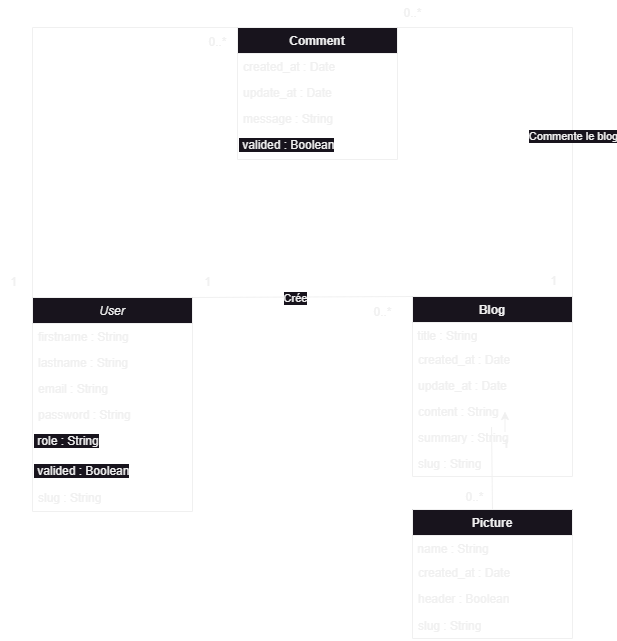
Above: diagramme/Diagramme de classe.png in BretonLud/project_5_blog (draw.io), before the change. Source tidied: cells renumbered, new cells last; positions are measured from the earlier drawing's top-left corner, leaving out a move shared by most shapes. Source of this version:
```xml
<mxGraphModel background="#000000">
  <root>
    <mxCell id="0" />
    <mxCell id="1" parent="0" />
    <mxCell id="2" value="User" style="swimlane;fontStyle=2;align=center;verticalAlign=top;horizontal=1;startSize=26;rounded=0;shadow=0;strokeWidth=1;" parent="1" vertex="1">
      <mxGeometry x="32" y="297" width="160" height="214" as="geometry" />
    </mxCell>
    <mxCell id="3" value="firstname : String" style="text;align=left;verticalAlign=top;spacingLeft=4;spacingRight=4;overflow=hidden;" parent="2" vertex="1">
      <mxGeometry y="26" width="160" height="26" as="geometry" />
    </mxCell>
    <mxCell id="4" value="lastname : String" style="text;align=left;verticalAlign=top;spacingLeft=4;spacingRight=4;overflow=hidden;" parent="2" vertex="1">
      <mxGeometry y="52" width="160" height="26" as="geometry" />
    </mxCell>
    <mxCell id="5" value="email : String" style="text;align=left;verticalAlign=top;spacingLeft=4;spacingRight=4;overflow=hidden;rounded=0;shadow=0;html=0;" parent="2" vertex="1">
      <mxGeometry y="78" width="160" height="26" as="geometry" />
    </mxCell>
    <mxCell id="6" value="password : String" style="text;align=left;verticalAlign=top;spacingLeft=4;spacingRight=4;overflow=hidden;rounded=0;shadow=0;html=0;" parent="2" vertex="1">
      <mxGeometry y="104" width="160" height="26" as="geometry" />
    </mxCell>
    <mxCell id="7" value="&lt;span style=&quot;color: rgb(240, 240, 240); font-family: Helvetica; font-size: 12px; font-style: normal; font-variant-ligatures: normal; font-variant-caps: normal; font-weight: 400; letter-spacing: normal; orphans: 2; text-align: left; text-indent: 0px; text-transform: none; widows: 2; word-spacing: 0px; -webkit-text-stroke-width: 0px; background-color: rgb(24, 20, 29); text-decoration-thickness: initial; text-decoration-style: initial; text-decoration-color: initial; float: none; display: inline !important;&quot;&gt;&amp;nbsp;role : String&lt;/span&gt;" style="text;whiteSpace=wrap;html=1;" parent="2" vertex="1">
      <mxGeometry y="130" width="160" height="30" as="geometry" />
    </mxCell>
    <mxCell id="8" value="&lt;span style=&quot;color: rgb(240, 240, 240); font-family: Helvetica; font-size: 12px; font-style: normal; font-variant-ligatures: normal; font-variant-caps: normal; font-weight: 400; letter-spacing: normal; orphans: 2; text-align: left; text-indent: 0px; text-transform: none; widows: 2; word-spacing: 0px; -webkit-text-stroke-width: 0px; background-color: rgb(24, 20, 29); text-decoration-thickness: initial; text-decoration-style: initial; text-decoration-color: initial; float: none; display: inline !important;&quot;&gt;&amp;nbsp;valided : Boolean&lt;/span&gt;" style="text;whiteSpace=wrap;html=1;" parent="2" vertex="1">
      <mxGeometry y="160" width="160" height="27" as="geometry" />
    </mxCell>
    <mxCell id="9" value="slug : String" style="text;align=left;verticalAlign=top;spacingLeft=4;spacingRight=4;overflow=hidden;rounded=0;shadow=0;html=0;" parent="2" vertex="1">
      <mxGeometry y="187" width="160" height="26" as="geometry" />
    </mxCell>
    <mxCell id="10" value="Comment" style="swimlane;fontStyle=1;align=center;verticalAlign=top;horizontal=1;startSize=26;whiteSpace=wrap;html=1;" parent="1" vertex="1">
      <mxGeometry x="237" y="27" width="160" height="132" as="geometry" />
    </mxCell>
    <mxCell id="11" value="created_at : Date" style="text;strokeColor=none;fillColor=none;align=left;verticalAlign=top;spacingLeft=4;spacingRight=4;overflow=hidden;whiteSpace=wrap;html=1;" parent="10" vertex="1">
      <mxGeometry y="26" width="160" height="26" as="geometry" />
    </mxCell>
    <mxCell id="12" value="update_at : Date" style="text;strokeColor=none;fillColor=none;align=left;verticalAlign=top;spacingLeft=4;spacingRight=4;overflow=hidden;whiteSpace=wrap;html=1;" parent="10" vertex="1">
      <mxGeometry y="52" width="160" height="26" as="geometry" />
    </mxCell>
    <mxCell id="13" value="message : String" style="text;strokeColor=none;fillColor=none;align=left;verticalAlign=top;spacingLeft=4;spacingRight=4;overflow=hidden;whiteSpace=wrap;html=1;" parent="10" vertex="1">
      <mxGeometry y="78" width="160" height="26" as="geometry" />
    </mxCell>
    <mxCell id="14" value="&lt;span style=&quot;color: rgb(240, 240, 240); font-family: Helvetica; font-size: 12px; font-style: normal; font-variant-ligatures: normal; font-variant-caps: normal; font-weight: 400; letter-spacing: normal; orphans: 2; text-align: left; text-indent: 0px; text-transform: none; widows: 2; word-spacing: 0px; -webkit-text-stroke-width: 0px; background-color: rgb(24, 20, 29); text-decoration-thickness: initial; text-decoration-style: initial; text-decoration-color: initial; float: none; display: inline !important;&quot;&gt;&amp;nbsp;valided : Boolean&lt;/span&gt;" style="text;whiteSpace=wrap;html=1;" parent="10" vertex="1">
      <mxGeometry y="104" width="160" height="28" as="geometry" />
    </mxCell>
    <mxCell id="15" style="line;strokeWidth=1;fillColor=none;align=left;verticalAlign=middle;spacingTop=-1;spacingLeft=3;spacingRight=3;labelPosition=right;strokeColor=inherit;" parent="10" vertex="1">
      <mxGeometry y="132" width="160" as="geometry" />
    </mxCell>
    <mxCell id="16" style="endArrow=none;html=1;rounded=0;exitX=0;exitY=0;exitDx=0;exitDy=0;entryX=0;entryY=0;entryDx=0;entryDy=0;edgeStyle=orthogonalEdgeStyle;" parent="1" edge="1" source="2" target="10">
      <mxGeometry relative="1" as="geometry">
        <Array as="points">
          <mxPoint x="32" y="27" />
        </Array>
      </mxGeometry>
    </mxCell>
    <mxCell id="17" value="0..*" style="text;html=1;align=center;verticalAlign=middle;strokeColor=none;fillColor=none;" parent="1" vertex="1">
      <mxGeometry x="199" y="29" width="36" height="26" as="geometry" />
    </mxCell>
    <mxCell id="18" value="1" style="text;html=1;align=center;verticalAlign=middle;strokeColor=none;fillColor=none;" parent="1" vertex="1">
      <mxGeometry y="269" width="25" height="26" as="geometry" />
    </mxCell>
    <mxCell id="19" value="Blog" style="swimlane;fontStyle=1;align=center;verticalAlign=top;horizontal=1;startSize=26;whiteSpace=wrap;html=1;" parent="1" vertex="1">
      <mxGeometry x="412" y="296" width="160" height="180" as="geometry" />
    </mxCell>
    <mxCell id="20" value="&amp;nbsp;title : String" style="text;whiteSpace=wrap;html=1;" parent="19" vertex="1">
      <mxGeometry y="26" width="160" height="24" as="geometry" />
    </mxCell>
    <mxCell id="21" value="created_at : Date" style="text;strokeColor=none;fillColor=none;align=left;verticalAlign=top;spacingLeft=4;spacingRight=4;overflow=hidden;whiteSpace=wrap;html=1;" parent="19" vertex="1">
      <mxGeometry y="50" width="160" height="26" as="geometry" />
    </mxCell>
    <mxCell id="22" value="update_at : Date" style="text;strokeColor=none;fillColor=none;align=left;verticalAlign=top;spacingLeft=4;spacingRight=4;overflow=hidden;whiteSpace=wrap;html=1;" parent="19" vertex="1">
      <mxGeometry y="76" width="160" height="26" as="geometry" />
    </mxCell>
    <mxCell id="23" value="content : String" style="text;strokeColor=none;fillColor=none;align=left;verticalAlign=top;spacingLeft=4;spacingRight=4;overflow=hidden;points=[[0,0.5],[1,0.5]];portConstraint=eastwest;whiteSpace=wrap;html=1;" parent="19" vertex="1">
      <mxGeometry y="102" width="160" height="26" as="geometry" />
    </mxCell>
    <mxCell id="24" value="summary : String" style="text;strokeColor=none;fillColor=none;align=left;verticalAlign=top;spacingLeft=4;spacingRight=4;overflow=hidden;whiteSpace=wrap;html=1;" parent="19" vertex="1">
      <mxGeometry y="128" width="160" height="26" as="geometry" />
    </mxCell>
    <mxCell id="25" value="slug : String" style="text;align=left;verticalAlign=top;spacingLeft=4;spacingRight=4;overflow=hidden;points=[[0,0.5],[1,0.5]];portConstraint=eastwest;rounded=0;shadow=0;html=0;" parent="19" vertex="1">
      <mxGeometry y="154" width="160" height="26" as="geometry" />
    </mxCell>
    <mxCell id="26" style="endArrow=none;html=1;rounded=0;exitX=1;exitY=0;exitDx=0;exitDy=0;entryX=0;entryY=0;entryDx=0;entryDy=0;" parent="1" edge="1" source="2" target="19">
      <mxGeometry relative="1" as="geometry" />
    </mxCell>
    <mxCell id="27" value="Crée" style="edgeLabel;html=1;align=center;verticalAlign=middle;" parent="26" vertex="1">
      <mxGeometry x="-0.07" y="-1" relative="1" as="geometry" />
    </mxCell>
    <mxCell id="28" value="1&lt;br&gt;" style="text;html=1;align=center;verticalAlign=middle;strokeColor=none;fillColor=none;" parent="1" vertex="1">
      <mxGeometry x="192" y="267" width="30" height="30" as="geometry" />
    </mxCell>
    <mxCell id="29" value="0..*" style="text;html=1;align=center;verticalAlign=middle;strokeColor=none;fillColor=none;" parent="1" vertex="1">
      <mxGeometry x="362" y="297" width="40" height="30" as="geometry" />
    </mxCell>
    <mxCell id="30" style="endArrow=none;html=1;rounded=0;exitX=1;exitY=0;exitDx=0;exitDy=0;entryX=1;entryY=0;entryDx=0;entryDy=0;edgeStyle=orthogonalEdgeStyle;" parent="1" edge="1" source="10" target="19">
      <mxGeometry relative="1" as="geometry">
        <Array as="points">
          <mxPoint x="572" y="27" />
        </Array>
      </mxGeometry>
    </mxCell>
    <mxCell id="31" value="Commente le blog" style="edgeLabel;html=1;align=center;verticalAlign=middle;" parent="30" vertex="1">
      <mxGeometry x="0.28" relative="1" as="geometry" />
    </mxCell>
    <mxCell id="32" value="1" style="text;html=1;align=center;verticalAlign=middle;strokeColor=none;fillColor=none;" parent="1" vertex="1">
      <mxGeometry x="540" y="268" width="25" height="26" as="geometry" />
    </mxCell>
    <mxCell id="33" value="0..*" style="text;html=1;align=center;verticalAlign=middle;strokeColor=none;fillColor=none;" parent="1" vertex="1">
      <mxGeometry x="394" width="36" height="26" as="geometry" />
    </mxCell>
    <mxCell id="34" value="Picture" style="swimlane;fontStyle=1;align=center;verticalAlign=top;horizontal=1;startSize=26;whiteSpace=wrap;html=1;" parent="1" vertex="1">
      <mxGeometry x="412" y="509" width="160" height="129" as="geometry" />
    </mxCell>
    <mxCell id="35" value="&amp;nbsp;name : String" style="text;whiteSpace=wrap;html=1;" parent="34" vertex="1">
      <mxGeometry y="26" width="160" height="24" as="geometry" />
    </mxCell>
    <mxCell id="36" value="created_at : Date" style="text;strokeColor=none;fillColor=none;align=left;verticalAlign=top;spacingLeft=4;spacingRight=4;overflow=hidden;whiteSpace=wrap;html=1;" parent="34" vertex="1">
      <mxGeometry y="50" width="160" height="26" as="geometry" />
    </mxCell>
    <mxCell id="37" value="header : Boolean" style="text;strokeColor=none;fillColor=none;align=left;verticalAlign=top;spacingLeft=4;spacingRight=4;overflow=hidden;whiteSpace=wrap;html=1;" parent="34" vertex="1">
      <mxGeometry y="76" width="160" height="27" as="geometry" />
    </mxCell>
    <mxCell id="38" value="slug : String" style="text;align=left;verticalAlign=top;spacingLeft=4;spacingRight=4;overflow=hidden;rounded=0;shadow=0;html=0;" parent="34" vertex="1">
      <mxGeometry y="103" width="160" height="26" as="geometry" />
    </mxCell>
    <mxCell id="39" style="endArrow=none;html=1;rounded=0;entryX=0.5;entryY=0;entryDx=0;entryDy=0;exitX=0.494;exitY=1.1;exitDx=0;exitDy=0;exitPerimeter=0;" parent="1" edge="1" source="23" target="34">
      <mxGeometry relative="1" as="geometry" />
    </mxCell>
    <mxCell id="40" value="0..*" style="text;html=1;align=center;verticalAlign=middle;strokeColor=none;fillColor=none;" parent="1" vertex="1">
      <mxGeometry x="456" y="484" width="36" height="26" as="geometry" />
    </mxCell>
    <mxCell id="41" style="edgeStyle=orthogonalEdgeStyle;rounded=0;jettySize=auto;html=1;" parent="1" edge="1" source="42" target="23">
      <mxGeometry relative="1" as="geometry" />
    </mxCell>
    <mxCell id="42" value="1" style="text;html=1;align=center;verticalAlign=middle;points=[];strokeColor=none;fillColor=none;" parent="1" vertex="1">
      <mxGeometry x="492" y="431" width="25" height="26" as="geometry" />
    </mxCell>
  </root>
</mxGraphModel>
```
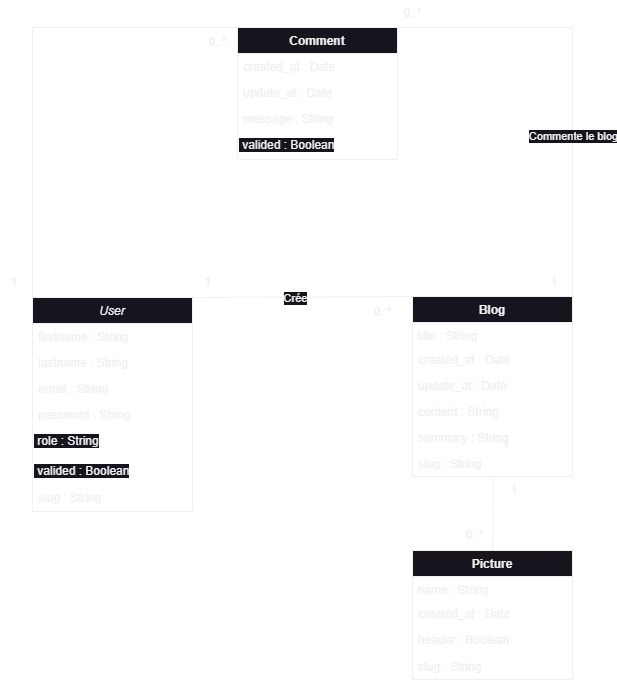
The same file after the commit.

The edit, as a diff of the source:
```diff
@@ -107,7 +107,7 @@
       <mxGeometry x="394" width="36" height="26" as="geometry" />
     </mxCell>
     <mxCell id="34" value="Picture" style="swimlane;fontStyle=1;align=center;verticalAlign=top;horizontal=1;startSize=26;whiteSpace=wrap;html=1;" parent="1" vertex="1">
-      <mxGeometry x="412" y="509" width="160" height="129" as="geometry" />
+      <mxGeometry x="412" y="550" width="160" height="129" as="geometry" />
     </mxCell>
     <mxCell id="35" value="&amp;nbsp;name : String" style="text;whiteSpace=wrap;html=1;" parent="34" vertex="1">
       <mxGeometry y="26" width="160" height="24" as="geometry" />
@@ -121,17 +121,17 @@
     <mxCell id="38" value="slug : String" style="text;align=left;verticalAlign=top;spacingLeft=4;spacingRight=4;overflow=hidden;rounded=0;shadow=0;html=0;" parent="34" vertex="1">
       <mxGeometry y="103" width="160" height="26" as="geometry" />
     </mxCell>
-    <mxCell id="39" style="endArrow=none;html=1;rounded=0;entryX=0.5;entryY=0;entryDx=0;entryDy=0;exitX=0.494;exitY=1.1;exitDx=0;exitDy=0;exitPerimeter=0;" parent="1" edge="1" source="23" target="34">
+    <mxCell id="39" style="endArrow=none;html=1;rounded=0;entryX=0.5;entryY=0;entryDx=0;entryDy=0;exitX=0.506;exitY=1.077;exitDx=0;exitDy=0;exitPerimeter=0;" parent="1" edge="1" source="25" target="34">
       <mxGeometry relative="1" as="geometry" />
     </mxCell>
     <mxCell id="40" value="0..*" style="text;html=1;align=center;verticalAlign=middle;strokeColor=none;fillColor=none;" parent="1" vertex="1">
-      <mxGeometry x="456" y="484" width="36" height="26" as="geometry" />
+      <mxGeometry x="456" y="522" width="36" height="26" as="geometry" />
     </mxCell>
-    <mxCell id="41" style="edgeStyle=orthogonalEdgeStyle;rounded=0;jettySize=auto;html=1;" parent="1" edge="1" source="42" target="23">
-      <mxGeometry relative="1" as="geometry" />
-    </mxCell>
     <mxCell id="42" value="1" style="text;html=1;align=center;verticalAlign=middle;points=[];strokeColor=none;fillColor=none;" parent="1" vertex="1">
       <mxGeometry x="492" y="431" width="25" height="26" as="geometry" />
     </mxCell>
+    <mxCell id="43" value="1" style="text;html=1;align=center;verticalAlign=middle;strokeColor=none;fillColor=none;" parent="1" vertex="1">
+      <mxGeometry x="500" y="476" width="25" height="26" as="geometry" />
+    </mxCell>
   </root>
 </mxGraphModel>
```
